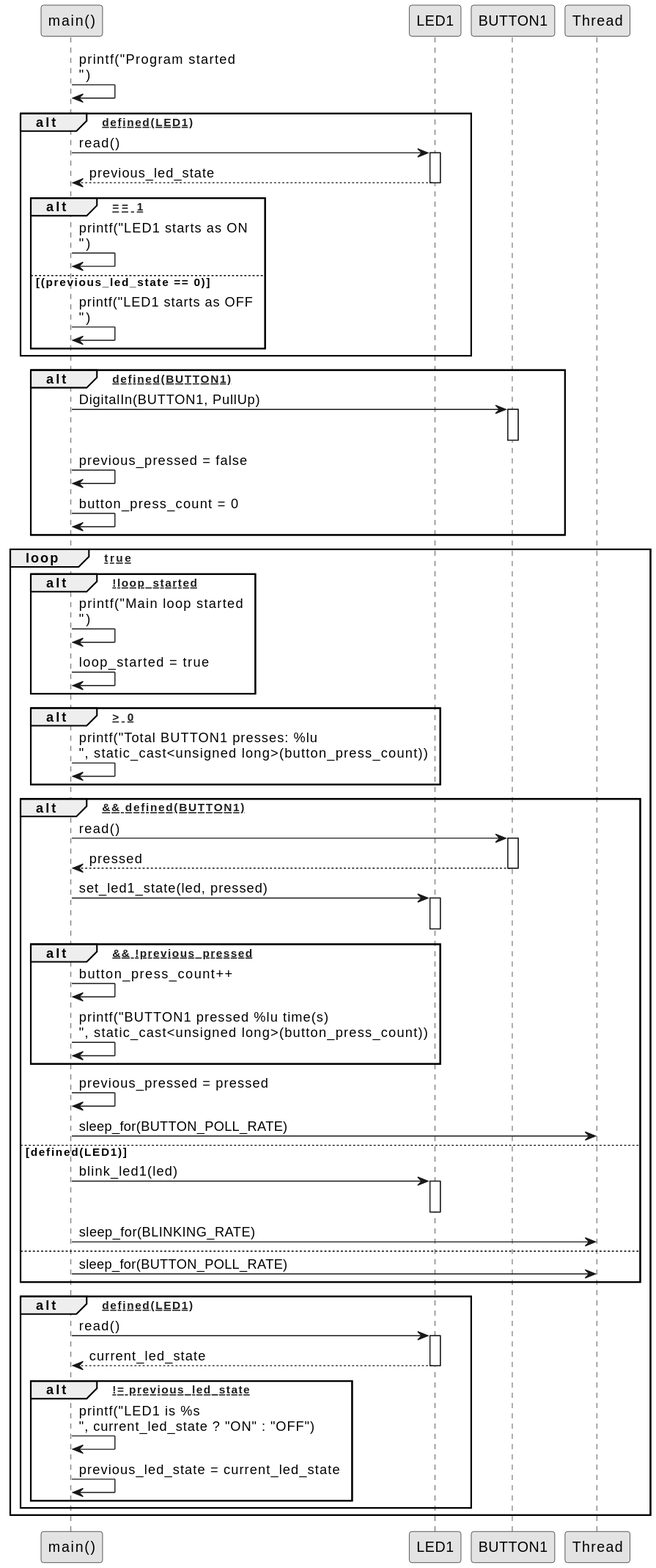
The PlantUML diagram ai-design/sequence/Sequence.svg in BhagyaRamadurga/Mbed_os, before a commit. Source of this version:
```plantuml
@startuml
skinparam monochrome true

participant "main()" as Main

Main->Main:printf("Program started \n")
alt [defined(LED1)]
    Main->LED1:read()
    activate LED1
    LED1-->Main:previous_led_state
    deactivate LED1
alt [previous_led_state == 1]
        Main->Main:printf("LED1 starts as ON\n")
    else (previous_led_state == 0)
        Main->Main:printf("LED1 starts as OFF\n")
    end
end
alt [defined(BUTTON1)]
    Main->BUTTON1:DigitalIn(BUTTON1, PullUp)
    activate BUTTON1
    deactivate BUTTON1

    Main->Main:previous_pressed = false
    Main->Main:button_press_count = 0
end
loop [true]
alt [!loop_started]
        Main->Main:printf("Main loop started\n")
        Main->Main:loop_started = true
    end
alt [button_press_count > 0]
        Main->Main:printf("Total BUTTON1 presses: %lu\n", static_cast<unsigned long>(button_press_count))
    end
alt [defined(LED1) && defined(BUTTON1)]
        Main->BUTTON1:read()
        activate BUTTON1
        BUTTON1-->Main:pressed
        deactivate BUTTON1

        Main->LED1:set_led1_state(led, pressed)
        activate LED1
        deactivate LED1
alt [pressed && !previous_pressed]
            Main->Main:button_press_count++
            Main->Main:printf("BUTTON1 pressed %lu time(s)\n", static_cast<unsigned long>(button_press_count))
        end

        Main->Main:previous_pressed = pressed
        Main->Thread:sleep_for(BUTTON_POLL_RATE)
    else defined(LED1)
        Main->LED1:blink_led1(led)
        activate LED1
        deactivate LED1
        Main->Thread:sleep_for(BLINKING_RATE)
    else
        Main->Thread:sleep_for(BUTTON_POLL_RATE)
    end
alt [defined(LED1)]
        Main->LED1:read()
        activate LED1
        LED1-->Main:current_led_state
        deactivate LED1
alt [current_led_state != previous_led_state]
            Main->Main:printf("LED1 is %s\n", current_led_state ? "ON" : "OFF")
            Main->Main:previous_led_state = current_led_state
        end
    end
end
@enduml
```
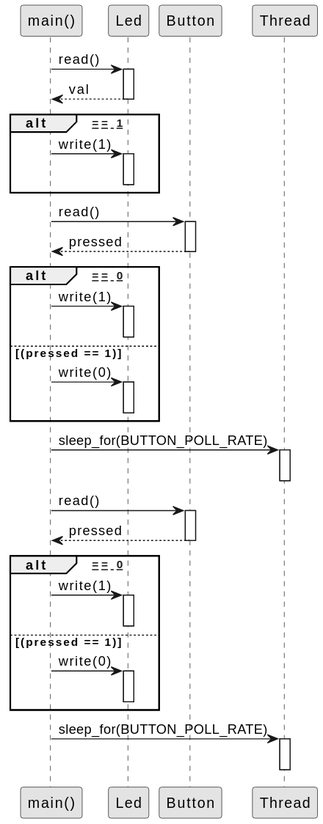
Above is the later version.

Commit message:
Auto-update AI design diagrams

The edit, as a diff of the source:
```diff
@@ -3,67 +3,49 @@
 
 participant "main()" as Main
 
-Main->Main:printf("Program started \n")
-alt [defined(LED1)]
-    Main->LED1:read()
-    activate LED1
-    LED1-->Main:previous_led_state
-    deactivate LED1
-alt [previous_led_state == 1]
-        Main->Main:printf("LED1 starts as ON\n")
-    else (previous_led_state == 0)
-        Main->Main:printf("LED1 starts as OFF\n")
-    end
+Main->Led:read()
+activate Led
+Led-->Main:val
+deactivate Led
+alt [val == 1]
+    Main->Led:write(1)
+    activate Led
+    deactivate Led
 end
-alt [defined(BUTTON1)]
-    Main->BUTTON1:DigitalIn(BUTTON1, PullUp)
-    activate BUTTON1
-    deactivate BUTTON1
 
-    Main->Main:previous_pressed = false
-    Main->Main:button_press_count = 0
+Main->Button:read()
+activate Button
+Button-->Main:pressed
+deactivate Button
+alt [pressed == 0]
+    Main->Led:write(1)
+    activate Led
+    deactivate Led
+else (pressed == 1)
+    Main->Led:write(0)
+    activate Led
+    deactivate Led
 end
-loop [true]
-alt [!loop_started]
-        Main->Main:printf("Main loop started\n")
-        Main->Main:loop_started = true
-    end
-alt [button_press_count > 0]
-        Main->Main:printf("Total BUTTON1 presses: %lu\n", static_cast<unsigned long>(button_press_count))
-    end
-alt [defined(LED1) && defined(BUTTON1)]
-        Main->BUTTON1:read()
-        activate BUTTON1
-        BUTTON1-->Main:pressed
-        deactivate BUTTON1
 
-        Main->LED1:set_led1_state(led, pressed)
-        activate LED1
-        deactivate LED1
-alt [pressed && !previous_pressed]
-            Main->Main:button_press_count++
-            Main->Main:printf("BUTTON1 pressed %lu time(s)\n", static_cast<unsigned long>(button_press_count))
-        end
+Main->Thread:sleep_for(BUTTON_POLL_RATE)
+activate Thread
+deactivate Thread
 
-        Main->Main:previous_pressed = pressed
-        Main->Thread:sleep_for(BUTTON_POLL_RATE)
-    else defined(LED1)
-        Main->LED1:blink_led1(led)
-        activate LED1
-        deactivate LED1
-        Main->Thread:sleep_for(BLINKING_RATE)
-    else
-        Main->Thread:sleep_for(BUTTON_POLL_RATE)
-    end
-alt [defined(LED1)]
-        Main->LED1:read()
-        activate LED1
-        LED1-->Main:current_led_state
-        deactivate LED1
-alt [current_led_state != previous_led_state]
-            Main->Main:printf("LED1 is %s\n", current_led_state ? "ON" : "OFF")
-            Main->Main:previous_led_state = current_led_state
-        end
-    end
+Main->Button:read()
+activate Button
+Button-->Main:pressed
+deactivate Button
+alt [pressed == 0]
+    Main->Led:write(1)
+    activate Led
+    deactivate Led
+else (pressed == 1)
+    Main->Led:write(0)
+    activate Led
+    deactivate Led
 end
+
+Main->Thread:sleep_for(BUTTON_POLL_RATE)
+activate Thread
+deactivate Thread
 @enduml
```
